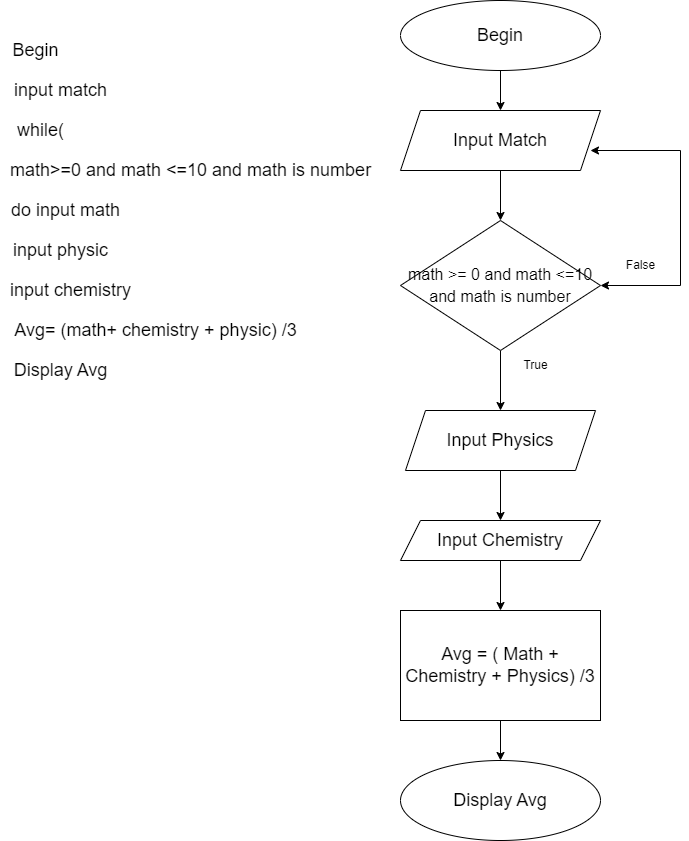
Above: code_org/bai_tap/Biểu đồ không có tiêu đề.drawio.png in nguyenhuuwork/C0223G1-NguyenHuuQuoc (draw.io), before the change. Source tidied: cells renumbered, new cells last; positions are measured from the earlier drawing's top-left corner, leaving out a move shared by most shapes.
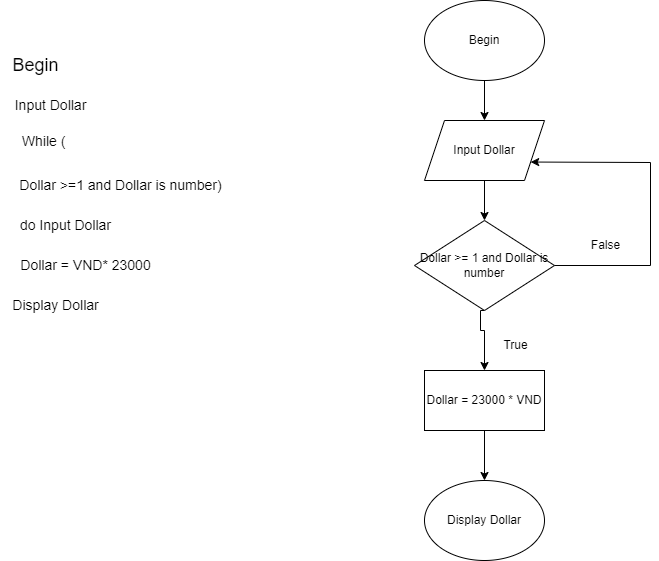
The same diagram one commit later.

Diff of the diagram source:
```diff
@@ -2,91 +2,73 @@
   <root>
     <mxCell id="0" />
     <mxCell id="1" parent="0" />
-    <mxCell id="2" style="edgeStyle=orthogonalEdgeStyle;rounded=0;jettySize=auto;html=1;entryX=0.5;entryY=0;entryDx=0;entryDy=0;fontSize=18;" parent="1" edge="1" source="3" target="5">
-      <mxGeometry relative="1" as="geometry" />
-    </mxCell>
-    <mxCell id="3" value="Begin" style="ellipse;whiteSpace=wrap;html=1;fontSize=18;" parent="1" vertex="1">
-      <mxGeometry x="400" width="200" height="70" as="geometry" />
-    </mxCell>
-    <mxCell id="4" style="edgeStyle=orthogonalEdgeStyle;rounded=0;jettySize=auto;html=1;entryX=0.5;entryY=0;entryDx=0;entryDy=0;fontSize=12;" parent="1" edge="1" source="5" target="14">
-      <mxGeometry relative="1" as="geometry" />
-    </mxCell>
-    <mxCell id="5" value="Input Match" style="shape=parallelogram;perimeter=parallelogramPerimeter;whiteSpace=wrap;html=1;fixedSize=1;fontSize=18;" parent="1" vertex="1">
-      <mxGeometry x="400" y="110" width="200" height="60" as="geometry" />
-    </mxCell>
-    <mxCell id="6" style="edgeStyle=orthogonalEdgeStyle;rounded=0;jettySize=auto;html=1;fontSize=12;" parent="1" edge="1" source="7" target="9">
-      <mxGeometry relative="1" as="geometry" />
-    </mxCell>
-    <mxCell id="7" value="Input Physics" style="shape=parallelogram;perimeter=parallelogramPerimeter;whiteSpace=wrap;html=1;fixedSize=1;fontSize=18;" parent="1" vertex="1">
-      <mxGeometry x="405" y="410" width="190" height="60" as="geometry" />
-    </mxCell>
-    <mxCell id="8" style="edgeStyle=orthogonalEdgeStyle;rounded=0;jettySize=auto;html=1;fontSize=12;" parent="1" edge="1" source="9" target="11">
-      <mxGeometry relative="1" as="geometry" />
-    </mxCell>
-    <mxCell id="9" value="Input Chemistry" style="shape=parallelogram;perimeter=parallelogramPerimeter;whiteSpace=wrap;html=1;fixedSize=1;fontSize=18;" parent="1" vertex="1">
-      <mxGeometry x="400" y="520" width="200" height="40" as="geometry" />
-    </mxCell>
-    <mxCell id="10" style="edgeStyle=orthogonalEdgeStyle;rounded=0;jettySize=auto;html=1;fontSize=12;" parent="1" edge="1" source="11" target="12">
-      <mxGeometry relative="1" as="geometry" />
-    </mxCell>
-    <mxCell id="11" value="Avg = ( Math + Chemistry + Physics) /3" style="rounded=0;whiteSpace=wrap;html=1;fontSize=18;" parent="1" vertex="1">
-      <mxGeometry x="400" y="610" width="200" height="110" as="geometry" />
-    </mxCell>
-    <mxCell id="12" value="Display Avg" style="ellipse;whiteSpace=wrap;html=1;fontSize=18;" parent="1" vertex="1">
-      <mxGeometry x="400" y="760" width="200" height="80" as="geometry" />
-    </mxCell>
-    <mxCell id="13" style="edgeStyle=orthogonalEdgeStyle;rounded=0;jettySize=auto;html=1;fontSize=12;" parent="1" edge="1" source="14" target="7">
-      <mxGeometry relative="1" as="geometry" />
-    </mxCell>
-    <mxCell id="14" value="&lt;font size=&quot;3&quot;&gt;math &amp;gt;= 0 and math &amp;lt;=10 and math is number&lt;/font&gt;" style="rhombus;whiteSpace=wrap;html=1;fontSize=18;" parent="1" vertex="1">
-      <mxGeometry x="400" y="220" width="200" height="130" as="geometry" />
-    </mxCell>
+    <mxCell id="28" style="edgeStyle=orthogonalEdgeStyle;rounded=0;jettySize=auto;html=1;" parent="1" edge="1" source="29" target="31">
+      <mxGeometry relative="1" as="geometry" />
+    </mxCell>
+    <mxCell id="29" value="Begin" style="ellipse;whiteSpace=wrap;html=1;" parent="1" vertex="1">
+      <mxGeometry x="414" y="-130" width="120" height="80" as="geometry" />
+    </mxCell>
+    <mxCell id="30" style="edgeStyle=orthogonalEdgeStyle;rounded=0;jettySize=auto;html=1;" parent="1" edge="1" source="31" target="33">
+      <mxGeometry relative="1" as="geometry" />
+    </mxCell>
+    <mxCell id="31" value="Input Dollar" style="shape=parallelogram;perimeter=parallelogramPerimeter;whiteSpace=wrap;html=1;fixedSize=1;" parent="1" vertex="1">
+      <mxGeometry x="414" y="-10" width="120" height="60" as="geometry" />
+    </mxCell>
+    <mxCell id="32" style="edgeStyle=orthogonalEdgeStyle;rounded=0;jettySize=auto;html=1;exitX=0.5;exitY=1;exitDx=0;exitDy=0;" parent="1" edge="1" source="33" target="35">
+      <mxGeometry relative="1" as="geometry">
+        <Array as="points">
+          <mxPoint x="470" y="180" />
+          <mxPoint x="470" y="200" />
+          <mxPoint x="474" y="200" />
+        </Array>
+      </mxGeometry>
+    </mxCell>
+    <mxCell id="33" value="Dollar &amp;gt;= 1 and Dollar is number" style="rhombus;whiteSpace=wrap;html=1;" parent="1" vertex="1">
+      <mxGeometry x="404" y="90" width="140" height="90" as="geometry" />
+    </mxCell>
+    <mxCell id="34" style="edgeStyle=orthogonalEdgeStyle;rounded=0;jettySize=auto;html=1;" parent="1" edge="1" source="35" target="36">
+      <mxGeometry relative="1" as="geometry" />
+    </mxCell>
+    <mxCell id="35" value="Dollar = 23000 * VND" style="rounded=0;whiteSpace=wrap;html=1;" parent="1" vertex="1">
+      <mxGeometry x="414" y="240" width="120" height="60" as="geometry" />
+    </mxCell>
+    <mxCell id="36" value="Display Dollar" style="ellipse;whiteSpace=wrap;html=1;" parent="1" vertex="1">
+      <mxGeometry x="414" y="350" width="120" height="80" as="geometry" />
+    </mxCell>
-    <mxCell id="15" value="True" style="text;html=1;align=center;verticalAlign=middle;strokeColor=none;fillColor=none;fontSize=12;" parent="1" vertex="1">
-      <mxGeometry x="510" y="350" width="50" height="30" as="geometry" />
+    <mxCell id="15" value="True&lt;br&gt;" style="text;html=1;align=center;verticalAlign=middle;strokeColor=none;fillColor=none;" parent="1" vertex="1">
+      <mxGeometry x="480" y="200" width="50" height="30" as="geometry" />
     </mxCell>
-    <mxCell id="16" style="endArrow=classic;html=1;rounded=0;fontSize=12;entryX=1;entryY=0.5;entryDx=0;entryDy=0;" parent="1" edge="1" target="14">
-      <mxGeometry relative="1" as="geometry">
-        <mxPoint x="680" y="150" as="sourcePoint" />
-        <Array as="points">
-          <mxPoint x="680" y="285" />
-        </Array>
-      </mxGeometry>
-    </mxCell>
-    <mxCell id="17" style="endArrow=classic;html=1;rounded=0;fontSize=12;" parent="1" edge="1">
-      <mxGeometry relative="1" as="geometry">
-        <mxPoint x="680" y="150" as="sourcePoint" />
-        <mxPoint x="590" y="150" as="targetPoint" />
-      </mxGeometry>
-    </mxCell>
+    <mxCell id="37" style="endArrow=classic;html=1;rounded=0;exitX=1;exitY=0.5;exitDx=0;exitDy=0;entryX=1;entryY=0.75;entryDx=0;entryDy=0;" parent="1" edge="1" source="33" target="31">
+      <mxGeometry relative="1" as="geometry">
+        <Array as="points">
+          <mxPoint x="640" y="135" />
+          <mxPoint x="640" y="32" />
+        </Array>
+      </mxGeometry>
+    </mxCell>
-    <mxCell id="18" value="False" style="text;html=1;align=center;verticalAlign=middle;strokeColor=none;fillColor=none;fontSize=12;" parent="1" vertex="1">
-      <mxGeometry x="615" y="250" width="50" height="30" as="geometry" />
+    <mxCell id="18" value="False&lt;br&gt;" style="text;html=1;align=center;verticalAlign=middle;strokeColor=none;fillColor=none;" parent="1" vertex="1">
+      <mxGeometry x="570" y="100" width="50" height="30" as="geometry" />
     </mxCell>
-    <mxCell id="19" value="&lt;font style=&quot;font-size: 18px;&quot;&gt;Begin&lt;/font&gt;" style="text;html=1;align=center;verticalAlign=middle;strokeColor=none;fillColor=none;fontSize=12;" parent="1" vertex="1">
-      <mxGeometry y="30" width="70" height="40" as="geometry" />
-    </mxCell>
-    <mxCell id="20" value="input match&lt;br&gt;" style="text;html=1;align=center;verticalAlign=middle;strokeColor=none;fillColor=none;fontSize=18;" parent="1" vertex="1">
-      <mxGeometry y="70" width="120" height="40" as="geometry" />
-    </mxCell>
-    <mxCell id="21" value="math&amp;gt;=0 and math &amp;lt;=10 and math is number" style="text;html=1;align=center;verticalAlign=middle;strokeColor=none;fillColor=none;fontSize=18;" parent="1" vertex="1">
-      <mxGeometry y="150" width="380" height="40" as="geometry" />
-    </mxCell>
-    <mxCell id="22" value="while(" style="text;html=1;align=center;verticalAlign=middle;strokeColor=none;fillColor=none;fontSize=18;" parent="1" vertex="1">
-      <mxGeometry x="5" y="110" width="70" height="40" as="geometry" />
-    </mxCell>
-    <mxCell id="23" value="input physic" style="text;html=1;align=center;verticalAlign=middle;strokeColor=none;fillColor=none;fontSize=18;" parent="1" vertex="1">
-      <mxGeometry y="230" width="120" height="40" as="geometry" />
-    </mxCell>
-    <mxCell id="24" value="input chemistry" style="text;html=1;align=center;verticalAlign=middle;strokeColor=none;fillColor=none;fontSize=18;" parent="1" vertex="1">
-      <mxGeometry y="270" width="140" height="40" as="geometry" />
-    </mxCell>
-    <mxCell id="25" value="Avg= (math+ chemistry + physic) /3&lt;br&gt;" style="text;html=1;align=center;verticalAlign=middle;strokeColor=none;fillColor=none;fontSize=18;" parent="1" vertex="1">
-      <mxGeometry y="310" width="310" height="40" as="geometry" />
-    </mxCell>
-    <mxCell id="26" value="do input math" style="text;html=1;align=center;verticalAlign=middle;strokeColor=none;fillColor=none;fontSize=18;" parent="1" vertex="1">
-      <mxGeometry y="190" width="130" height="40" as="geometry" />
-    </mxCell>
-    <mxCell id="27" value="Display Avg" style="text;html=1;align=center;verticalAlign=middle;strokeColor=none;fillColor=none;fontSize=18;" parent="1" vertex="1">
-      <mxGeometry y="350" width="120" height="40" as="geometry" />
-    </mxCell>
+    <mxCell id="38" value="&lt;font style=&quot;font-size: 18px;&quot;&gt;Begin&lt;/font&gt;" style="text;html=1;align=center;verticalAlign=middle;strokeColor=none;fillColor=none;" parent="1" vertex="1">
+      <mxGeometry x="-10" y="-85" width="70" height="40" as="geometry" />
+    </mxCell>
+    <mxCell id="39" value="&lt;font style=&quot;font-size: 14px;&quot;&gt;Input Dollar&lt;/font&gt;" style="text;html=1;align=center;verticalAlign=middle;strokeColor=none;fillColor=none;" parent="1" vertex="1">
+      <mxGeometry x="-10" y="-40" width="100" height="30" as="geometry" />
+    </mxCell>
+    <mxCell id="40" value="&lt;font style=&quot;font-size: 14px;&quot;&gt;&lt;br&gt;While (&amp;nbsp;&lt;br&gt;&lt;/font&gt;&amp;nbsp;" style="text;html=1;align=center;verticalAlign=middle;strokeColor=none;fillColor=none;" parent="1" vertex="1">
+      <mxGeometry y="-20" width="70" height="60" as="geometry" />
+    </mxCell>
+    <mxCell id="41" value="Dollar &amp;gt;=1 and Dollar is number)" style="text;html=1;align=center;verticalAlign=middle;strokeColor=none;fillColor=none;fontSize=14;" parent="1" vertex="1">
+      <mxGeometry x="-5" y="40" width="230" height="30" as="geometry" />
+    </mxCell>
+    <mxCell id="42" value="do Input Dollar&lt;br&gt;" style="text;html=1;align=center;verticalAlign=middle;strokeColor=none;fillColor=none;fontSize=14;rotation=0;" parent="1" vertex="1">
+      <mxGeometry y="80" width="110" height="30" as="geometry" />
+    </mxCell>
+    <mxCell id="43" value="Dollar = VND* 23000&lt;br&gt;" style="text;html=1;align=center;verticalAlign=middle;strokeColor=none;fillColor=none;fontSize=14;" parent="1" vertex="1">
+      <mxGeometry y="120" width="150" height="30" as="geometry" />
+    </mxCell>
+    <mxCell id="44" value="Display Dollar&lt;br&gt;" style="text;html=1;align=center;verticalAlign=middle;strokeColor=none;fillColor=none;fontSize=14;" parent="1" vertex="1">
+      <mxGeometry x="-10" y="160" width="110" height="30" as="geometry" />
+    </mxCell>
   </root>
 </mxGraphModel>
```
